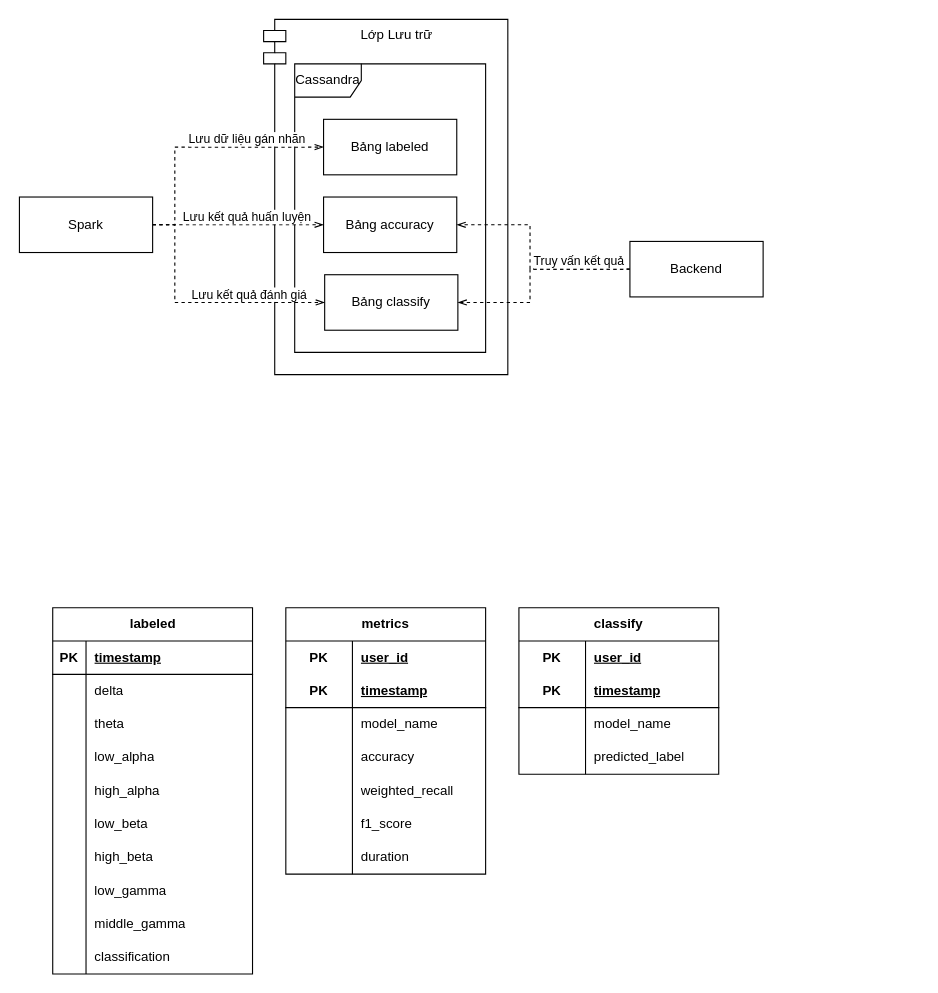
Before: page "Storage Layer" (11 of 12) of Diagrams.drawio in DuyPh4m/DATN, a draw.io diagram. Source tidied: cells renumbered, new cells numbered last; positions are measured from the earlier drawing's top-left corner, leaving out a move shared by most shapes. Both pictures are drawn from the tidied source at 111%, with x=0, y=0 at pixel (19, 19).
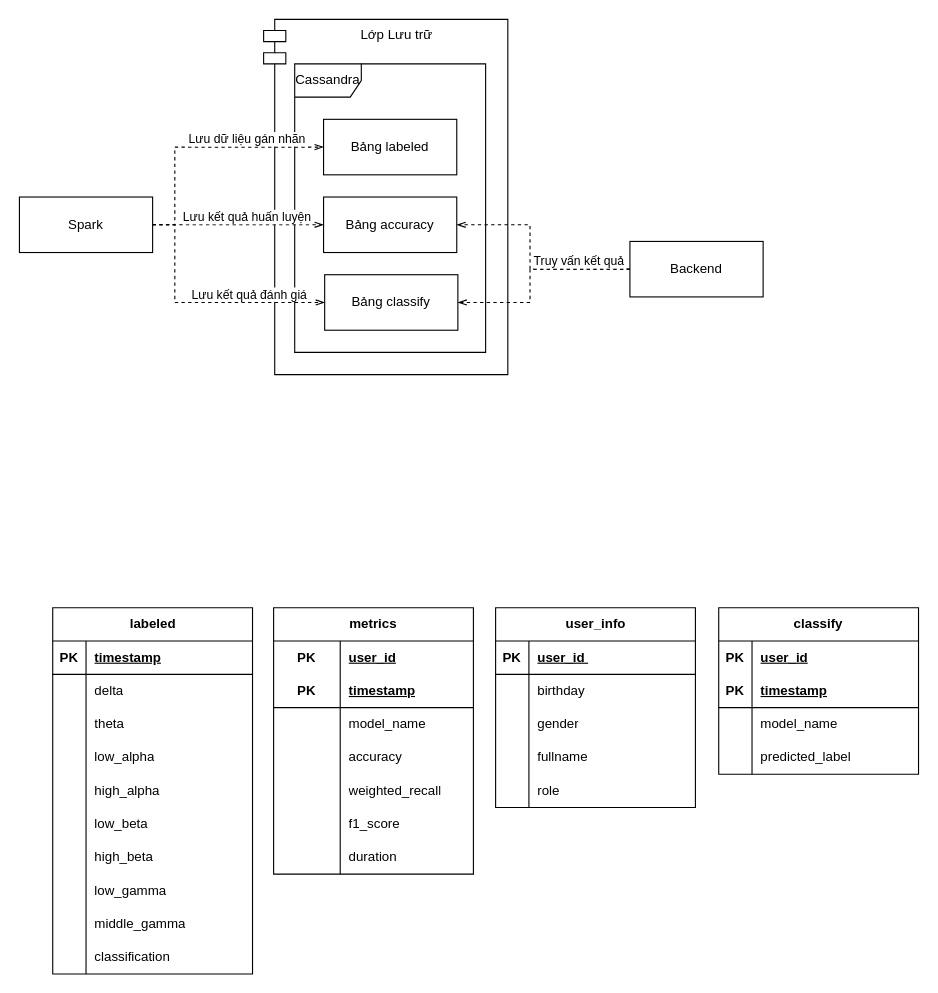
Above is the later version.

The change refers to these unchanged cells:
```xml
<mxCell id="50" style="shape=tableRow;horizontal=0;startSize=0;swimlaneHead=0;swimlaneBody=0;fillColor=none;top=0;left=0;right=0;bottom=0;html=1;" parent="49" vertex="1">
  <mxGeometry y="30" width="180" height="30" as="geometry" />
</mxCell>
<mxCell id="53" style="shape=tableRow;horizontal=0;startSize=0;swimlaneHead=0;swimlaneBody=0;fillColor=none;top=0;left=0;right=0;bottom=1;html=1;" parent="49" vertex="1">
  <mxGeometry y="60" width="180" height="30" as="geometry" />
</mxCell>
<mxCell id="56" style="shape=tableRow;horizontal=0;startSize=0;swimlaneHead=0;swimlaneBody=0;fillColor=none;top=0;left=0;right=0;bottom=0;html=1;" parent="49" vertex="1">
  <mxGeometry y="90" width="180" height="30" as="geometry" />
</mxCell>
<mxCell id="59" style="shape=tableRow;horizontal=0;startSize=0;swimlaneHead=0;swimlaneBody=0;fillColor=none;top=0;left=0;right=0;bottom=0;html=1;" parent="49" vertex="1">
  <mxGeometry y="120" width="180" height="30" as="geometry" />
</mxCell>
```

The edit, as a diff of the source:
```diff
@@
     <mxCell id="49" value="classify" style="shape=table;startSize=30;childLayout=tableLayout;rowLines=0;fontStyle=1;align=center;html=1;whiteSpace=wrap;" parent="1" vertex="1">
-      <mxGeometry x="450" y="530" width="180" height="150" as="geometry" />
+      <mxGeometry x="630" y="530" width="180" height="150" as="geometry" />
     </mxCell>
@@
     <mxCell id="51" value="PK" style="shape=partialRectangle;fillColor=none;top=0;left=0;bottom=0;right=0;fontStyle=1;overflow=hidden;html=1;whiteSpace=wrap;" parent="50" vertex="1">
-      <mxGeometry width="60" height="30" as="geometry" />
+      <mxGeometry width="30" height="30" as="geometry" />
     </mxCell>
     <mxCell id="52" value="user_id" style="shape=partialRectangle;fillColor=none;top=0;left=0;bottom=0;right=0;align=left;spacingLeft=6;fontStyle=5;overflow=hidden;html=1;whiteSpace=wrap;" parent="50" vertex="1">
-      <mxGeometry x="60" width="120" height="30" as="geometry" />
+      <mxGeometry x="30" width="150" height="30" as="geometry" />
     </mxCell>
@@
     <mxCell id="54" value="PK" style="shape=partialRectangle;fillColor=none;top=0;left=0;bottom=0;right=0;fontStyle=1;overflow=hidden;html=1;whiteSpace=wrap;" parent="53" vertex="1">
-      <mxGeometry width="60" height="30" as="geometry" />
+      <mxGeometry width="30" height="30" as="geometry" />
     </mxCell>
     <mxCell id="55" value="timestamp" style="shape=partialRectangle;fillColor=none;top=0;left=0;bottom=0;right=0;align=left;spacingLeft=6;fontStyle=5;overflow=hidden;html=1;whiteSpace=wrap;" parent="53" vertex="1">
-      <mxGeometry x="60" width="120" height="30" as="geometry" />
+      <mxGeometry x="30" width="150" height="30" as="geometry" />
     </mxCell>
@@
     <mxCell id="57" style="shape=partialRectangle;fillColor=none;top=0;left=0;bottom=0;right=0;overflow=hidden;html=1;whiteSpace=wrap;" parent="56" vertex="1">
-      <mxGeometry width="60" height="30" as="geometry" />
+      <mxGeometry width="30" height="30" as="geometry" />
     </mxCell>
     <mxCell id="58" value="model_name" style="shape=partialRectangle;fillColor=none;top=0;left=0;bottom=0;right=0;align=left;spacingLeft=6;overflow=hidden;html=1;whiteSpace=wrap;" parent="56" vertex="1">
-      <mxGeometry x="60" width="120" height="30" as="geometry" />
+      <mxGeometry x="30" width="150" height="30" as="geometry" />
     </mxCell>
@@
     <mxCell id="60" style="shape=partialRectangle;fillColor=none;top=0;left=0;bottom=0;right=0;overflow=hidden;html=1;whiteSpace=wrap;" parent="59" vertex="1">
-      <mxGeometry width="60" height="30" as="geometry" />
+      <mxGeometry width="30" height="30" as="geometry" />
     </mxCell>
     <mxCell id="61" value="predicted_label" style="shape=partialRectangle;fillColor=none;top=0;left=0;bottom=0;right=0;align=left;spacingLeft=6;overflow=hidden;html=1;whiteSpace=wrap;" parent="59" vertex="1">
-      <mxGeometry x="60" width="120" height="30" as="geometry" />
+      <mxGeometry x="30" width="150" height="30" as="geometry" />
     </mxCell>
     <mxCell id="62" value="metrics" style="shape=table;startSize=30;childLayout=tableLayout;rowLines=0;fontStyle=1;align=center;html=1;whiteSpace=wrap;" parent="1" vertex="1">
-      <mxGeometry x="240" y="530" width="180" height="240" as="geometry" />
+      <mxGeometry x="229" y="530" width="180" height="240" as="geometry" />
     </mxCell>
@@
+    <mxCell id="84" value="user_info" style="shape=table;startSize=30;childLayout=tableLayout;rowLines=0;fontStyle=1;align=center;html=1;" parent="1" vertex="1">
+      <mxGeometry x="429" y="530" width="180" height="180" as="geometry" />
+    </mxCell>
+    <mxCell id="85" style="shape=tableRow;horizontal=0;startSize=0;swimlaneHead=0;swimlaneBody=0;fillColor=none;top=0;left=0;right=0;bottom=1;" parent="84" vertex="1">
+      <mxGeometry y="30" width="180" height="30" as="geometry" />
+    </mxCell>
+    <mxCell id="86" value="PK" style="shape=partialRectangle;fillColor=none;top=0;left=0;bottom=0;right=0;fontStyle=1;overflow=hidden;whiteSpace=wrap;html=1;" parent="85" vertex="1">
+      <mxGeometry width="30" height="30" as="geometry" />
+    </mxCell>
+    <mxCell id="87" value="user_id&amp;nbsp;" style="shape=partialRectangle;fillColor=none;top=0;left=0;bottom=0;right=0;align=left;spacingLeft=6;fontStyle=5;overflow=hidden;whiteSpace=wrap;html=1;" parent="85" vertex="1">
+      <mxGeometry x="30" width="150" height="30" as="geometry" />
+    </mxCell>
+    <mxCell id="88" style="shape=tableRow;horizontal=0;startSize=0;swimlaneHead=0;swimlaneBody=0;fillColor=none;top=0;left=0;right=0;bottom=0;" parent="84" vertex="1">
+      <mxGeometry y="60" width="180" height="30" as="geometry" />
+    </mxCell>
+    <mxCell id="89" style="shape=partialRectangle;fillColor=none;top=0;left=0;bottom=0;right=0;overflow=hidden;whiteSpace=wrap;html=1;" parent="88" vertex="1">
+      <mxGeometry width="30" height="30" as="geometry" />
+    </mxCell>
+    <mxCell id="90" value="birthday" style="shape=partialRectangle;fillColor=none;top=0;left=0;bottom=0;right=0;align=left;spacingLeft=6;overflow=hidden;whiteSpace=wrap;html=1;" parent="88" vertex="1">
+      <mxGeometry x="30" width="150" height="30" as="geometry" />
+    </mxCell>
+    <mxCell id="91" style="shape=tableRow;horizontal=0;startSize=0;swimlaneHead=0;swimlaneBody=0;fillColor=none;top=0;left=0;right=0;bottom=0;" parent="84" vertex="1">
+      <mxGeometry y="90" width="180" height="30" as="geometry" />
+    </mxCell>
+    <mxCell id="92" style="shape=partialRectangle;fillColor=none;top=0;left=0;bottom=0;right=0;overflow=hidden;whiteSpace=wrap;html=1;" parent="91" vertex="1">
+      <mxGeometry width="30" height="30" as="geometry" />
+    </mxCell>
+    <mxCell id="93" value="gender" style="shape=partialRectangle;fillColor=none;top=0;left=0;bottom=0;right=0;align=left;spacingLeft=6;overflow=hidden;whiteSpace=wrap;html=1;" parent="91" vertex="1">
+      <mxGeometry x="30" width="150" height="30" as="geometry" />
+    </mxCell>
+    <mxCell id="94" style="shape=tableRow;horizontal=0;startSize=0;swimlaneHead=0;swimlaneBody=0;fillColor=none;top=0;left=0;right=0;bottom=0;" parent="84" vertex="1">
+      <mxGeometry y="120" width="180" height="30" as="geometry" />
+    </mxCell>
+    <mxCell id="95" style="shape=partialRectangle;fillColor=none;top=0;left=0;bottom=0;right=0;overflow=hidden;whiteSpace=wrap;html=1;" parent="94" vertex="1">
+      <mxGeometry width="30" height="30" as="geometry" />
+    </mxCell>
+    <mxCell id="96" value="fullname" style="shape=partialRectangle;fillColor=none;top=0;left=0;bottom=0;right=0;align=left;spacingLeft=6;overflow=hidden;whiteSpace=wrap;html=1;" parent="94" vertex="1">
+      <mxGeometry x="30" width="150" height="30" as="geometry" />
+    </mxCell>
+    <mxCell id="97" style="shape=tableRow;horizontal=0;startSize=0;swimlaneHead=0;swimlaneBody=0;fillColor=none;top=0;left=0;right=0;bottom=0;" parent="84" vertex="1">
+      <mxGeometry y="150" width="180" height="30" as="geometry" />
+    </mxCell>
+    <mxCell id="98" style="shape=partialRectangle;fillColor=none;top=0;left=0;bottom=0;right=0;overflow=hidden;whiteSpace=wrap;html=1;" parent="97" vertex="1">
+      <mxGeometry width="30" height="30" as="geometry" />
+    </mxCell>
+    <mxCell id="99" value="role" style="shape=partialRectangle;fillColor=none;top=0;left=0;bottom=0;right=0;align=left;spacingLeft=6;overflow=hidden;whiteSpace=wrap;html=1;" parent="97" vertex="1">
+      <mxGeometry x="30" width="150" height="30" as="geometry" />
+    </mxCell>
```
